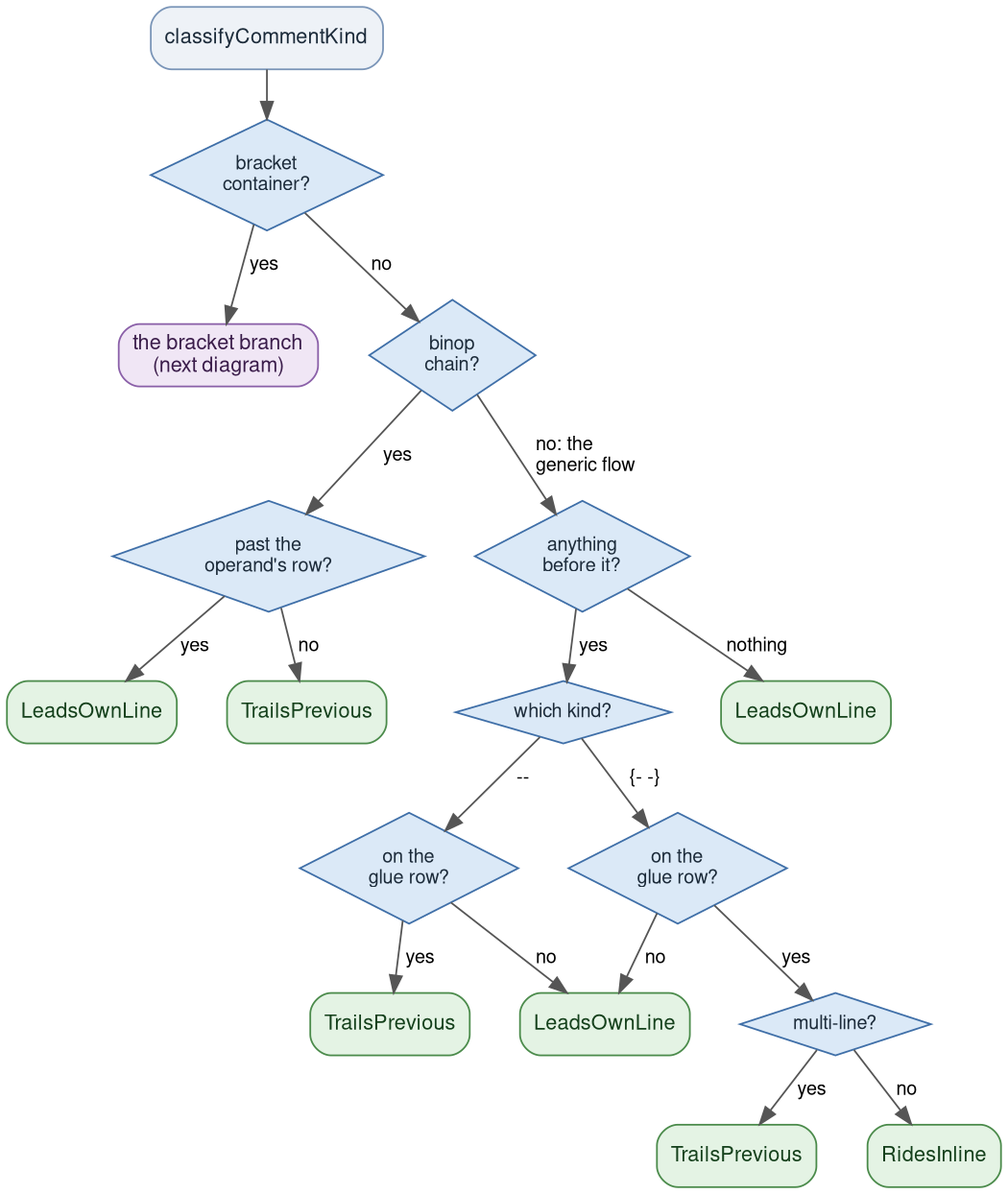
Above: docs/diagrams/comment-classify-flow.png in gilramir/gren-format-lib (Graphviz), before the change. Its source is kept beside it as docs/diagrams/comment-classify-flow.dot.
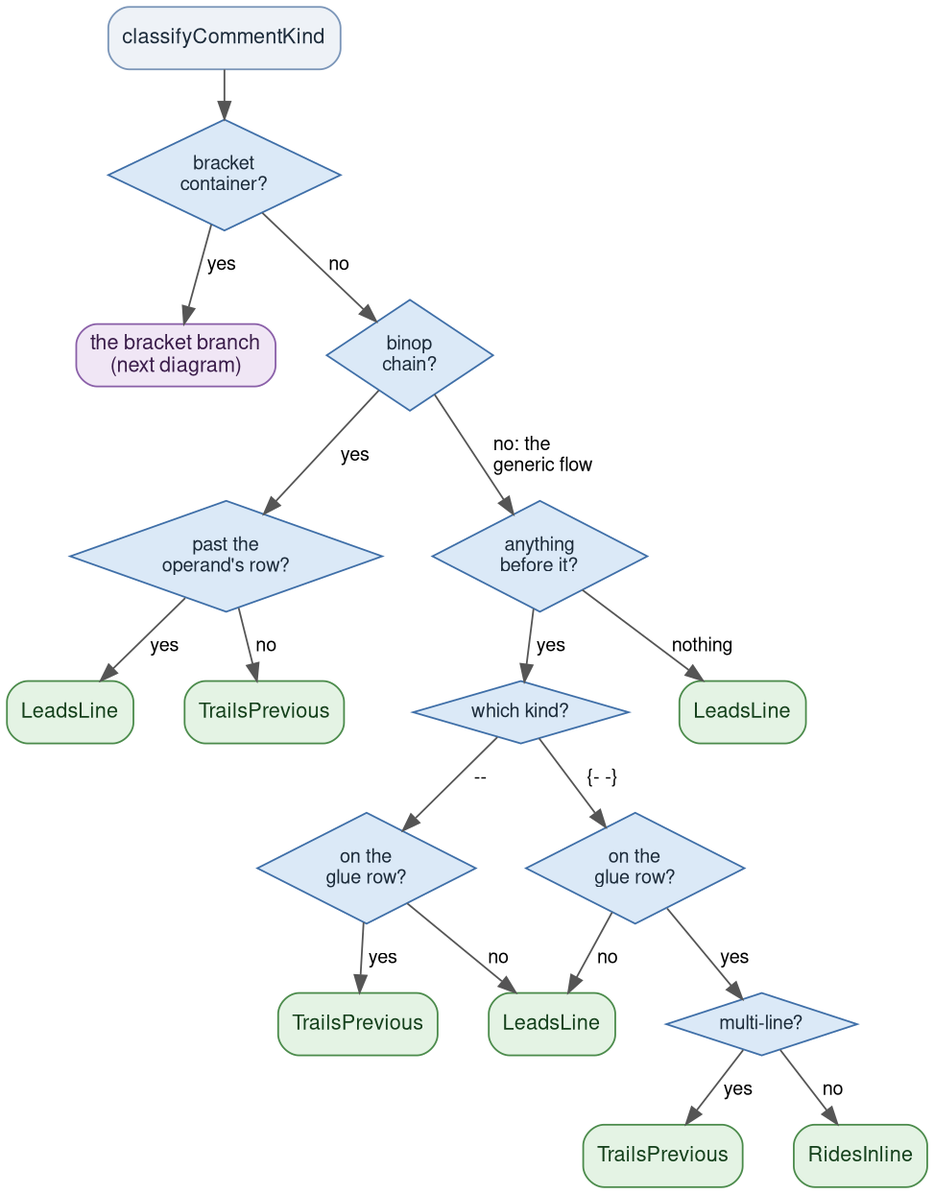
The same diagram one commit later.

What changed in the source:
```diff
@@ -26,11 +26,11 @@
     gMulti   [label="multi-line?"];
 
     node [shape=box, style="rounded,filled", fillcolor="#e4f3e4", color="#4b8b4b", fontcolor="#14401b", fontsize=12];
-    r1 [label="LeadsOwnLine"];
+    r1 [label="LeadsLine"];
     r2 [label="TrailsPrevious"];
-    r3 [label="LeadsOwnLine"];
+    r3 [label="LeadsLine"];
     r4 [label="TrailsPrevious"];
-    r5 [label="LeadsOwnLine"];
+    r5 [label="LeadsLine"];
     r6 [label="TrailsPrevious"];
     r7 [label="RidesInline"];
 
```
